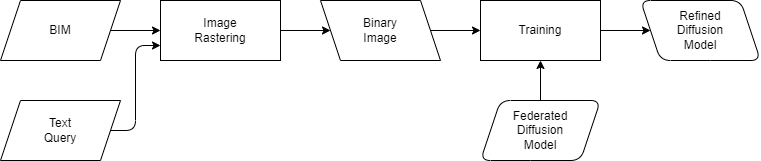
This is images/refined_binary_model_train.drawio.png from AI4SC/bim-diffusion-models, a draw.io export, as it was before one commit. Source tidied: cells renumbered, new cells last; positions are measured from the earlier drawing's top-left corner, leaving out a move shared by most shapes. Source of this version:
```xml
<mxGraphModel>
  <root>
    <mxCell id="0" />
    <mxCell id="1" parent="0" />
    <mxCell id="2" style="edgeStyle=elbowEdgeStyle;html=1;exitX=1;exitY=0.5;exitDx=0;exitDy=0;entryX=0;entryY=0.75;entryDx=0;entryDy=0;" parent="1" edge="1" source="3" target="5">
      <mxGeometry relative="1" as="geometry" />
    </mxCell>
    <mxCell id="3" value="Text&lt;br&gt;Query" style="shape=parallelogram;perimeter=parallelogramPerimeter;whiteSpace=wrap;html=1;fixedSize=1;" parent="1" vertex="1">
      <mxGeometry y="100" width="120" height="60" as="geometry" />
    </mxCell>
    <mxCell id="4" value="Binary&lt;br&gt;Image" style="shape=parallelogram;perimeter=parallelogramPerimeter;whiteSpace=wrap;html=1;fixedSize=1;flipH=1;" parent="1" vertex="1">
      <mxGeometry x="320" width="120" height="60" as="geometry" />
    </mxCell>
    <mxCell id="5" value="Image&lt;br style=&quot;border-color: var(--border-color);&quot;&gt;Rastering" style="rounded=0;whiteSpace=wrap;html=1;" parent="1" vertex="1">
      <mxGeometry x="160" width="120" height="60" as="geometry" />
    </mxCell>
    <mxCell id="6" value="Refined&lt;br&gt;Diffusion&lt;br style=&quot;border-color: var(--border-color);&quot;&gt;Model" style="shape=parallelogram;perimeter=parallelogramPerimeter;whiteSpace=wrap;html=1;fixedSize=1;flipH=1;rounded=1;" parent="1" vertex="1">
      <mxGeometry x="640" width="120" height="60" as="geometry" />
    </mxCell>
    <mxCell id="7" value="Training" style="rounded=0;whiteSpace=wrap;html=1;" parent="1" vertex="1">
      <mxGeometry x="480" width="120" height="60" as="geometry" />
    </mxCell>
    <mxCell id="8" style="endArrow=classic;html=1;exitX=1;exitY=0.5;exitDx=0;exitDy=0;entryX=0;entryY=0.5;entryDx=0;entryDy=0;" parent="1" edge="1" source="4" target="7">
      <mxGeometry relative="1" as="geometry" />
    </mxCell>
    <mxCell id="9" style="endArrow=classic;html=1;exitX=1;exitY=0.5;exitDx=0;exitDy=0;entryX=0;entryY=0.5;entryDx=0;entryDy=0;" parent="1" edge="1" source="5" target="4">
      <mxGeometry relative="1" as="geometry" />
    </mxCell>
    <mxCell id="10" style="endArrow=classic;html=1;exitX=1;exitY=0.5;exitDx=0;exitDy=0;entryX=0;entryY=0.5;entryDx=0;entryDy=0;" parent="1" edge="1" source="7" target="6">
      <mxGeometry relative="1" as="geometry" />
    </mxCell>
    <mxCell id="11" value="BIM" style="shape=parallelogram;perimeter=parallelogramPerimeter;whiteSpace=wrap;html=1;fixedSize=1;flipH=0;" parent="1" vertex="1">
      <mxGeometry width="120" height="60" as="geometry" />
    </mxCell>
    <mxCell id="12" style="edgeStyle=none;html=1;exitX=1;exitY=0.5;exitDx=0;exitDy=0;entryX=0;entryY=0.5;entryDx=0;entryDy=0;" parent="1" edge="1" source="11" target="5">
      <mxGeometry relative="1" as="geometry" />
    </mxCell>
    <mxCell id="13" style="endArrow=classic;html=1;exitX=0.5;exitY=0;exitDx=0;exitDy=0;" parent="1" edge="1" source="14">
      <mxGeometry relative="1" as="geometry">
        <mxPoint x="540" y="60" as="targetPoint" />
      </mxGeometry>
    </mxCell>
    <mxCell id="14" value="Federated&lt;br&gt;Diffusion&lt;br style=&quot;border-color: var(--border-color);&quot;&gt;Model" style="shape=parallelogram;perimeter=parallelogramPerimeter;whiteSpace=wrap;html=1;fixedSize=1;flipH=0;rounded=1;" parent="13" vertex="1">
      <mxGeometry x="600" y="240" width="120" height="60" as="geometry" />
    </mxCell>
  </root>
</mxGraphModel>
```
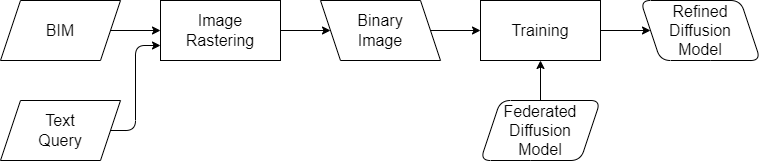
After the change.

What changed in the source:
```diff
@@ -2,45 +2,45 @@
   <root>
     <mxCell id="0" />
     <mxCell id="1" parent="0" />
-    <mxCell id="2" style="edgeStyle=elbowEdgeStyle;html=1;exitX=1;exitY=0.5;exitDx=0;exitDy=0;entryX=0;entryY=0.75;entryDx=0;entryDy=0;" parent="1" edge="1" source="3" target="5">
+    <mxCell id="2" style="edgeStyle=elbowEdgeStyle;html=1;exitX=1;exitY=0.5;exitDx=0;exitDy=0;entryX=0;entryY=0.75;entryDx=0;entryDy=0;fontSize=16;" parent="1" edge="1" source="3" target="5">
       <mxGeometry relative="1" as="geometry" />
     </mxCell>
-    <mxCell id="3" value="Text&lt;br&gt;Query" style="shape=parallelogram;perimeter=parallelogramPerimeter;whiteSpace=wrap;html=1;fixedSize=1;" parent="1" vertex="1">
+    <mxCell id="3" value="Text&lt;br style=&quot;font-size: 16px;&quot;&gt;Query" style="shape=parallelogram;perimeter=parallelogramPerimeter;whiteSpace=wrap;html=1;fixedSize=1;fontSize=16;" parent="1" vertex="1">
       <mxGeometry y="100" width="120" height="60" as="geometry" />
     </mxCell>
-    <mxCell id="4" value="Binary&lt;br&gt;Image" style="shape=parallelogram;perimeter=parallelogramPerimeter;whiteSpace=wrap;html=1;fixedSize=1;flipH=1;" parent="1" vertex="1">
+    <mxCell id="4" value="Binary&lt;br style=&quot;font-size: 16px;&quot;&gt;Image" style="shape=parallelogram;perimeter=parallelogramPerimeter;whiteSpace=wrap;html=1;fixedSize=1;flipH=1;fontSize=16;" parent="1" vertex="1">
       <mxGeometry x="320" width="120" height="60" as="geometry" />
     </mxCell>
-    <mxCell id="5" value="Image&lt;br style=&quot;border-color: var(--border-color);&quot;&gt;Rastering" style="rounded=0;whiteSpace=wrap;html=1;" parent="1" vertex="1">
+    <mxCell id="5" value="Image&lt;br style=&quot;border-color: var(--border-color); font-size: 16px;&quot;&gt;Rastering" style="rounded=0;whiteSpace=wrap;html=1;fontSize=16;" parent="1" vertex="1">
       <mxGeometry x="160" width="120" height="60" as="geometry" />
     </mxCell>
-    <mxCell id="6" value="Refined&lt;br&gt;Diffusion&lt;br style=&quot;border-color: var(--border-color);&quot;&gt;Model" style="shape=parallelogram;perimeter=parallelogramPerimeter;whiteSpace=wrap;html=1;fixedSize=1;flipH=1;rounded=1;" parent="1" vertex="1">
+    <mxCell id="6" value="Refined&lt;br style=&quot;font-size: 16px;&quot;&gt;Diffusion&lt;br style=&quot;border-color: var(--border-color); font-size: 16px;&quot;&gt;Model" style="shape=parallelogram;perimeter=parallelogramPerimeter;whiteSpace=wrap;html=1;fixedSize=1;flipH=1;rounded=1;fontSize=16;" parent="1" vertex="1">
       <mxGeometry x="640" width="120" height="60" as="geometry" />
     </mxCell>
-    <mxCell id="7" value="Training" style="rounded=0;whiteSpace=wrap;html=1;" parent="1" vertex="1">
+    <mxCell id="7" value="Training" style="rounded=0;whiteSpace=wrap;html=1;fontSize=16;" parent="1" vertex="1">
       <mxGeometry x="480" width="120" height="60" as="geometry" />
     </mxCell>
-    <mxCell id="8" style="endArrow=classic;html=1;exitX=1;exitY=0.5;exitDx=0;exitDy=0;entryX=0;entryY=0.5;entryDx=0;entryDy=0;" parent="1" edge="1" source="4" target="7">
+    <mxCell id="8" style="endArrow=classic;html=1;exitX=1;exitY=0.5;exitDx=0;exitDy=0;entryX=0;entryY=0.5;entryDx=0;entryDy=0;fontSize=16;" parent="1" edge="1" source="4" target="7">
       <mxGeometry relative="1" as="geometry" />
     </mxCell>
-    <mxCell id="9" style="endArrow=classic;html=1;exitX=1;exitY=0.5;exitDx=0;exitDy=0;entryX=0;entryY=0.5;entryDx=0;entryDy=0;" parent="1" edge="1" source="5" target="4">
+    <mxCell id="9" style="endArrow=classic;html=1;exitX=1;exitY=0.5;exitDx=0;exitDy=0;entryX=0;entryY=0.5;entryDx=0;entryDy=0;fontSize=16;" parent="1" edge="1" source="5" target="4">
       <mxGeometry relative="1" as="geometry" />
     </mxCell>
-    <mxCell id="10" style="endArrow=classic;html=1;exitX=1;exitY=0.5;exitDx=0;exitDy=0;entryX=0;entryY=0.5;entryDx=0;entryDy=0;" parent="1" edge="1" source="7" target="6">
+    <mxCell id="10" style="endArrow=classic;html=1;exitX=1;exitY=0.5;exitDx=0;exitDy=0;entryX=0;entryY=0.5;entryDx=0;entryDy=0;fontSize=16;" parent="1" edge="1" source="7" target="6">
       <mxGeometry relative="1" as="geometry" />
     </mxCell>
-    <mxCell id="11" value="BIM" style="shape=parallelogram;perimeter=parallelogramPerimeter;whiteSpace=wrap;html=1;fixedSize=1;flipH=0;" parent="1" vertex="1">
+    <mxCell id="11" value="BIM" style="shape=parallelogram;perimeter=parallelogramPerimeter;whiteSpace=wrap;html=1;fixedSize=1;flipH=0;fontSize=16;" parent="1" vertex="1">
       <mxGeometry width="120" height="60" as="geometry" />
     </mxCell>
-    <mxCell id="12" style="edgeStyle=none;html=1;exitX=1;exitY=0.5;exitDx=0;exitDy=0;entryX=0;entryY=0.5;entryDx=0;entryDy=0;" parent="1" edge="1" source="11" target="5">
+    <mxCell id="12" style="edgeStyle=none;html=1;exitX=1;exitY=0.5;exitDx=0;exitDy=0;entryX=0;entryY=0.5;entryDx=0;entryDy=0;fontSize=16;" parent="1" edge="1" source="11" target="5">
       <mxGeometry relative="1" as="geometry" />
     </mxCell>
-    <mxCell id="13" style="endArrow=classic;html=1;exitX=0.5;exitY=0;exitDx=0;exitDy=0;" parent="1" edge="1" source="14">
+    <mxCell id="13" style="endArrow=classic;html=1;exitX=0.5;exitY=0;exitDx=0;exitDy=0;fontSize=16;" parent="1" edge="1" source="14">
       <mxGeometry relative="1" as="geometry">
         <mxPoint x="540" y="60" as="targetPoint" />
       </mxGeometry>
     </mxCell>
-    <mxCell id="14" value="Federated&lt;br&gt;Diffusion&lt;br style=&quot;border-color: var(--border-color);&quot;&gt;Model" style="shape=parallelogram;perimeter=parallelogramPerimeter;whiteSpace=wrap;html=1;fixedSize=1;flipH=0;rounded=1;" parent="13" vertex="1">
+    <mxCell id="14" value="Federated&lt;br style=&quot;font-size: 16px;&quot;&gt;Diffusion&lt;br style=&quot;border-color: var(--border-color); font-size: 16px;&quot;&gt;Model" style="shape=parallelogram;perimeter=parallelogramPerimeter;whiteSpace=wrap;html=1;fixedSize=1;flipH=0;rounded=1;fontSize=16;" parent="13" vertex="1">
       <mxGeometry x="600" y="240" width="120" height="60" as="geometry" />
     </mxCell>
   </root>
```
